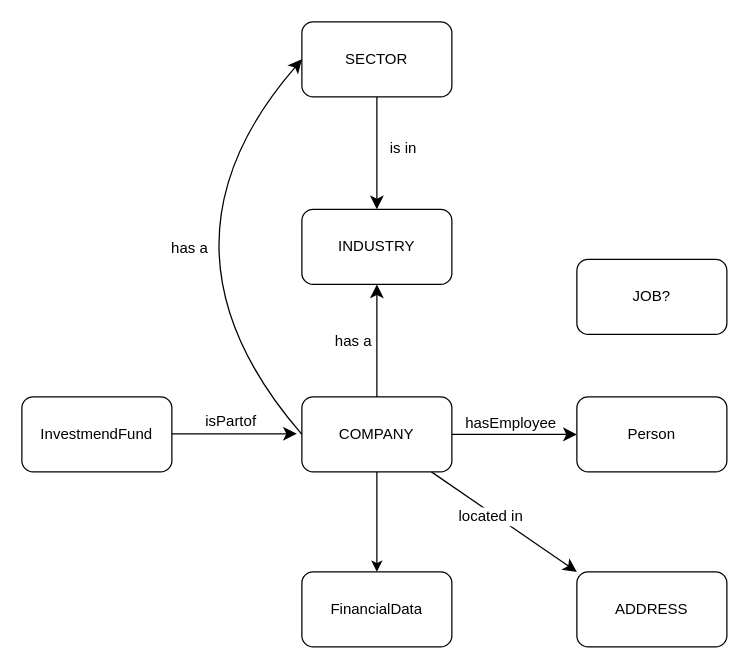
Before: finance-kg.drawio in coppeneur/finance-kg, a draw.io diagram. Source tidied: cells renumbered, new cells numbered last; positions are measured from the earlier drawing's top-left corner, leaving out a move shared by most shapes. Both pictures are drawn from the tidied source at 125%, with x=0, y=0 at pixel (21, 21).
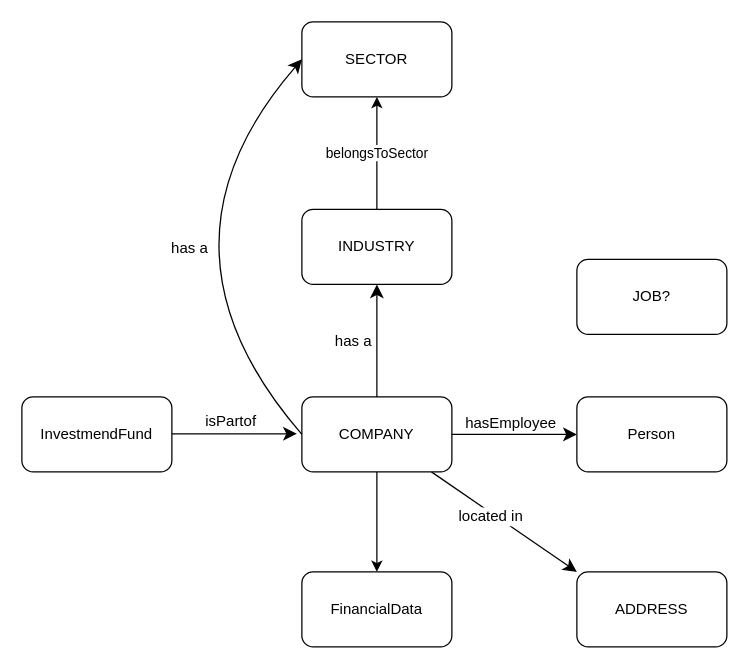
The same diagram, later.

The change refers to these unchanged cells:
```xml
<mxCell id="12" value="INDUSTRY" style="rounded=1;whiteSpace=wrap;html=1;" parent="1" vertex="1">
  <mxGeometry x="224" y="150" width="120" height="60" as="geometry" />
</mxCell>
<mxCell id="15" value="SECTOR" style="rounded=1;whiteSpace=wrap;html=1;" parent="1" vertex="1">
  <mxGeometry x="224" width="120" height="60" as="geometry" />
</mxCell>
```

What changed in the source:
```diff
@@
+    <mxCell id="23" value="belongsToSector" style="edgeStyle=orthogonalEdgeStyle;rounded=0;jettySize=auto;html=1;" parent="1" edge="1" source="12" target="15">
+      <mxGeometry relative="1" as="geometry" />
+    </mxCell>
@@
-    <mxCell id="13" style="edgeStyle=none;curved=1;rounded=0;jettySize=auto;html=1;entryX=0.5;entryY=0;entryDx=0;entryDy=0;fontSize=12;startSize=8;endSize=8;" parent="1" edge="1" source="15" target="12">
-      <mxGeometry relative="1" as="geometry" />
-    </mxCell>
-    <mxCell id="14" value="is in" style="edgeLabel;html=1;align=center;verticalAlign=middle;fontSize=12;" parent="13" vertex="1">
-      <mxGeometry x="-0.25" y="-1" relative="1" as="geometry">
-        <mxPoint x="21" y="6" as="offset" />
-      </mxGeometry>
-    </mxCell>
```
